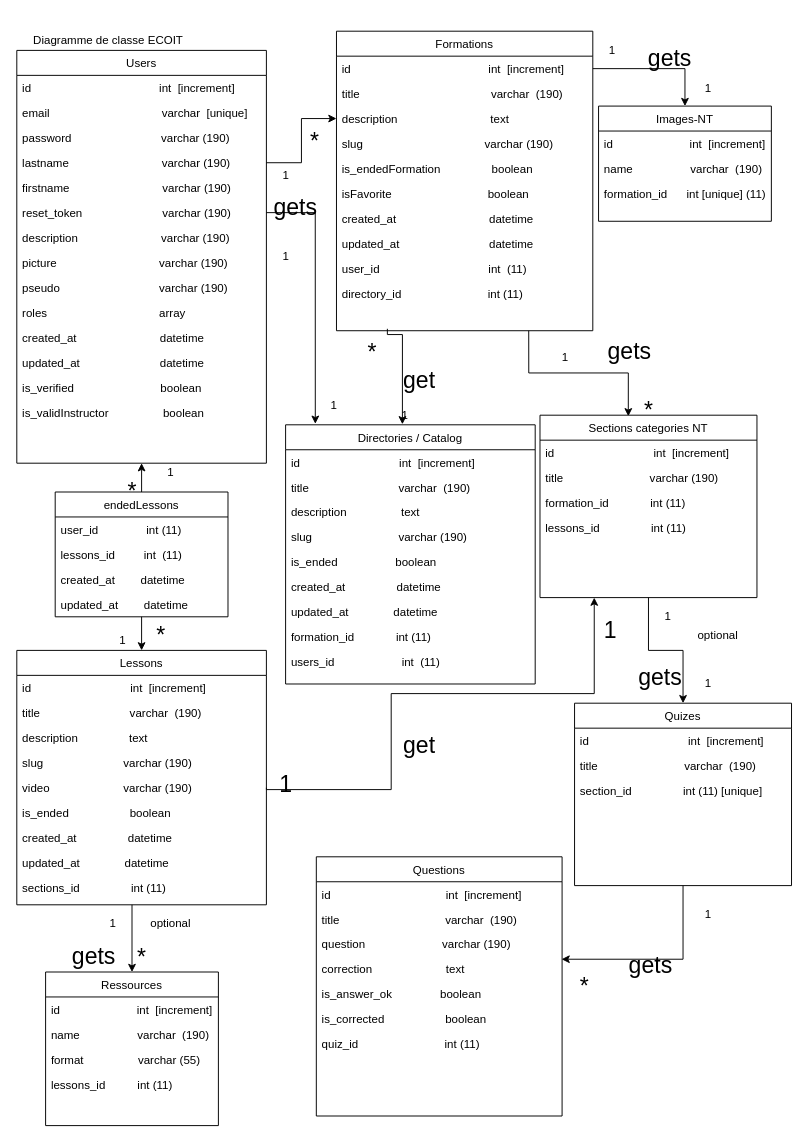
Above: ECO IT/diag_de_classe_ecoit.drawio in cyrisa02/diagrammes-UML (draw.io), before the change. Source tidied: cells renumbered, new cells numbered last; positions are measured from the earlier drawing's top-left corner, leaving out a move shared by most shapes. Both pictures are drawn from the tidied source at 96%, with x=0, y=0 at pixel (16, 16).
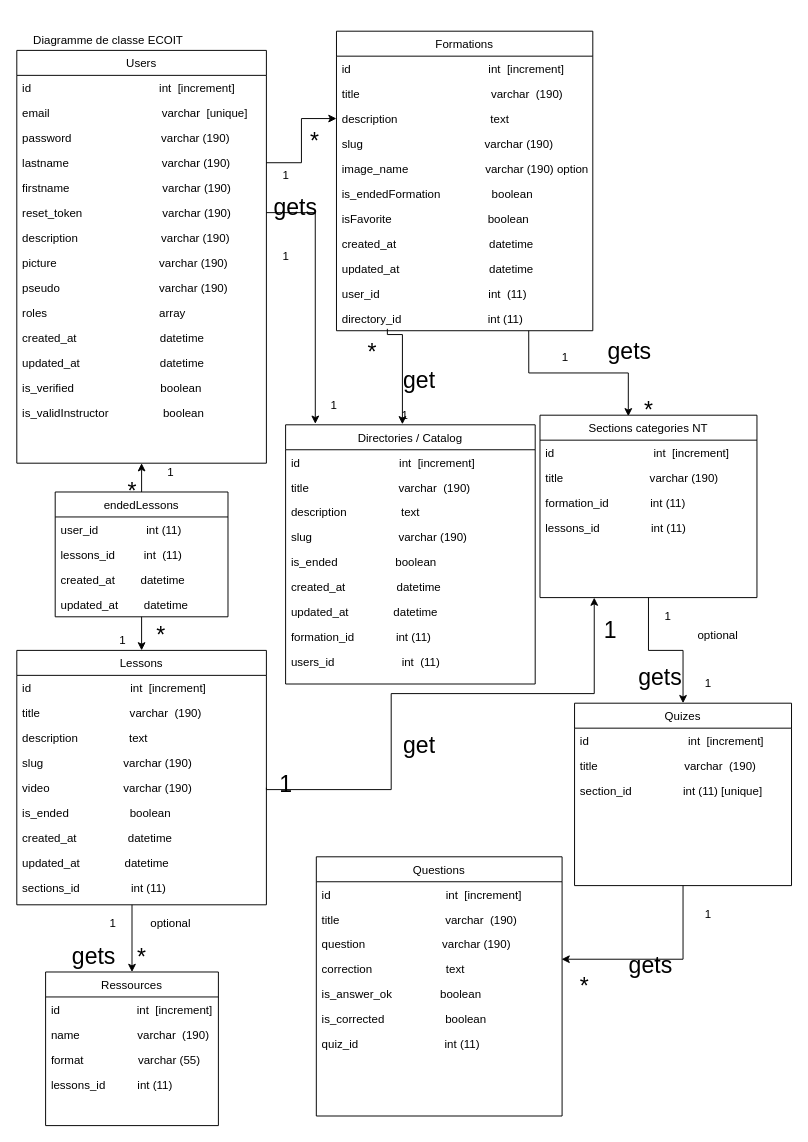
The same diagram, later.

Unchanged cells that the change refers to:
```xml
<mxCell id="19" value="Formations" style="swimlane;fontStyle=0;align=center;verticalAlign=top;horizontal=1;startSize=26;rounded=0;shadow=0;strokeWidth=1;" parent="1" vertex="1">
  <mxGeometry x="333" y="15" width="267" height="312" as="geometry" />
</mxCell>
<mxCell id="20" value="id                                           int  [increment]" style="text;align=left;verticalAlign=top;spacingLeft=4;spacingRight=4;overflow=hidden;points=[[0,0.5],[1,0.5]];portConstraint=eastwest;" parent="19" vertex="1">
  <mxGeometry y="26" width="267" height="26" as="geometry" />
</mxCell>
```

Change to the diagram source:
```diff
@@
+    <mxCell id="123" value="image_name                        varchar (190) option" style="text;align=left;verticalAlign=top;spacingLeft=4;spacingRight=4;overflow=hidden;" parent="19" vertex="1">
+      <mxGeometry y="130" width="267" height="26" as="geometry" />
+    </mxCell>
     <mxCell id="24" value="is_endedFormation                boolean" style="text;align=left;verticalAlign=top;spacingLeft=4;spacingRight=4;overflow=hidden;" parent="19" vertex="1">
-      <mxGeometry y="130" width="267" height="26" as="geometry" />
+      <mxGeometry y="156" width="267" height="26" as="geometry" />
     </mxCell>
     <mxCell id="25" value="isFavorite                              boolean" style="text;align=left;verticalAlign=top;spacingLeft=4;spacingRight=4;overflow=hidden;" parent="19" vertex="1">
-      <mxGeometry y="156" width="267" height="26" as="geometry" />
+      <mxGeometry y="182" width="267" height="26" as="geometry" />
     </mxCell>
     <mxCell id="26" value="created_at                             datetime" style="text;align=left;verticalAlign=top;spacingLeft=4;spacingRight=4;overflow=hidden;" parent="19" vertex="1">
-      <mxGeometry y="182" width="267" height="26" as="geometry" />
+      <mxGeometry y="208" width="267" height="26" as="geometry" />
     </mxCell>
     <mxCell id="27" value="updated_at                            datetime" style="text;align=left;verticalAlign=top;spacingLeft=4;spacingRight=4;overflow=hidden;" parent="19" vertex="1">
-      <mxGeometry y="208" width="267" height="26" as="geometry" />
+      <mxGeometry y="234" width="267" height="26" as="geometry" />
     </mxCell>
     <mxCell id="28" value="user_id                                  int  (11)" style="text;align=left;verticalAlign=top;spacingLeft=4;spacingRight=4;overflow=hidden;" parent="19" vertex="1">
-      <mxGeometry y="234" width="267" height="26" as="geometry" />
+      <mxGeometry y="260" width="267" height="26" as="geometry" />
     </mxCell>
     <mxCell id="29" value="directory_id                           int (11)" style="text;align=left;verticalAlign=top;spacingLeft=4;spacingRight=4;overflow=hidden;" parent="19" vertex="1">
-      <mxGeometry y="260" width="267" height="26" as="geometry" />
+      <mxGeometry y="286" width="267" height="26" as="geometry" />
     </mxCell>
@@
-    <mxCell id="69" value="Images-NT" style="swimlane;fontStyle=0;align=center;verticalAlign=top;horizontal=1;startSize=26;rounded=0;shadow=0;strokeWidth=1;" parent="1" vertex="1">
-      <mxGeometry x="606" y="93" width="180" height="120" as="geometry" />
-    </mxCell>
-    <mxCell id="70" value="id                        int  [increment]" style="text;align=left;verticalAlign=top;spacingLeft=4;spacingRight=4;overflow=hidden;" parent="69" vertex="1">
-      <mxGeometry y="26" width="180" height="26" as="geometry" />
-    </mxCell>
-    <mxCell id="71" value="name                  varchar  (190)" style="text;align=left;verticalAlign=top;spacingLeft=4;spacingRight=4;overflow=hidden;" parent="69" vertex="1">
-      <mxGeometry y="52" width="180" height="26" as="geometry" />
-    </mxCell>
-    <mxCell id="72" value="formation_id      int [unique] (11)" style="text;align=left;verticalAlign=top;spacingLeft=4;spacingRight=4;overflow=hidden;" parent="69" vertex="1">
-      <mxGeometry y="78" width="180" height="26" as="geometry" />
-    </mxCell>
-    <mxCell id="73" style="edgeStyle=orthogonalEdgeStyle;rounded=0;jettySize=auto;html=1;exitX=1;exitY=0.5;exitDx=0;exitDy=0;" parent="1" edge="1" source="20" target="69">
-      <mxGeometry relative="1" as="geometry" />
-    </mxCell>
@@
-    <mxCell id="86" value="1" style="text;html=1;align=center;verticalAlign=middle;fillColor=none;strokeColor=none;rounded=0;" parent="1" vertex="1">
-      <mxGeometry x="710" y="65" width="20" height="20" as="geometry" />
-    </mxCell>
-    <mxCell id="87" value="1" style="text;html=1;align=center;verticalAlign=middle;fillColor=none;strokeColor=none;rounded=0;" parent="1" vertex="1">
-      <mxGeometry x="610" y="25" width="20" height="20" as="geometry" />
-    </mxCell>
@@
-    <mxCell id="100" value="&lt;font style=&quot;font-size: 24px;&quot;&gt;get&lt;/font&gt;&lt;font style=&quot;font-size: 24px;&quot;&gt;s&lt;/font&gt;" style="text;html=1;align=center;verticalAlign=middle;fillColor=none;strokeColor=none;rounded=0;fontSize=48;" parent="1" vertex="1">
-      <mxGeometry x="650" width="60" height="70" as="geometry" />
-    </mxCell>
```
